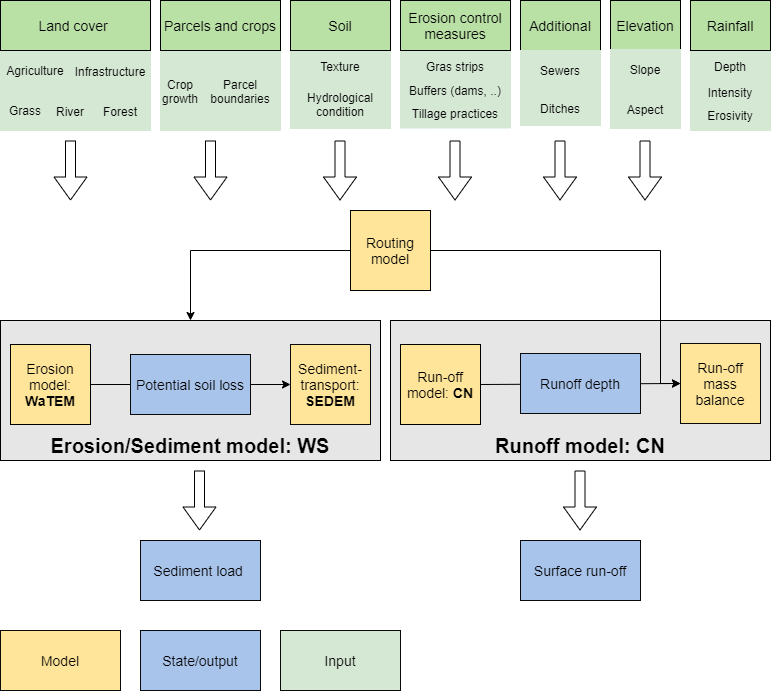
The draw.io diagram docs/_static/png/diagram_cn_ws_package.png in watem-sedem/watem-sedem, before a commit. Source tidied: cells renumbered, new cells last; positions are measured from the earlier drawing's top-left corner, leaving out a move shared by most shapes.
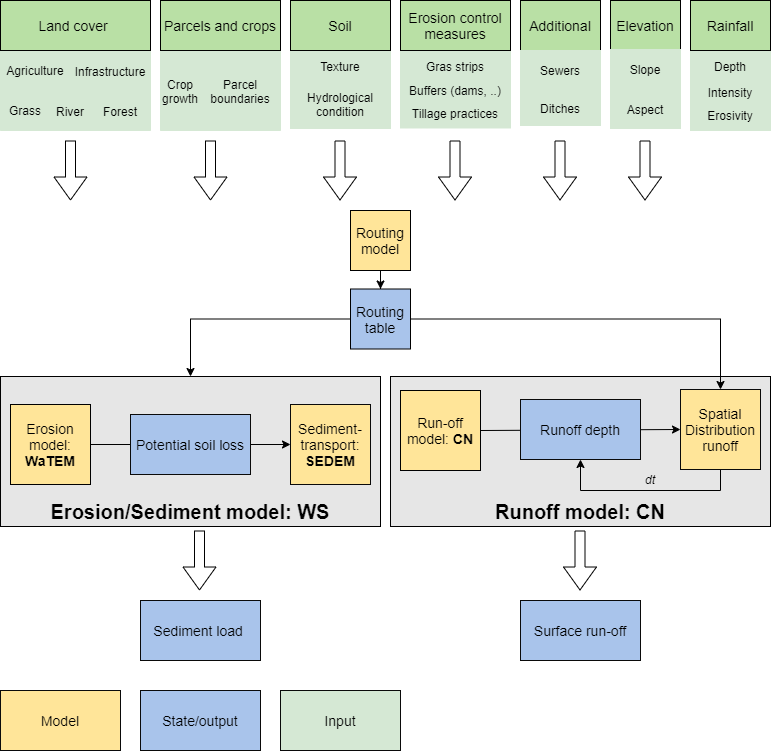
After the commit.

Commit message:
update figure model

The edit, as a diff of the source:
```diff
@@ -3,22 +3,22 @@
     <mxCell id="0" />
     <mxCell id="1" parent="0" />
     <mxCell id="2" value="&lt;b style=&quot;font-size: 20px&quot;&gt;Runoff model: CN&lt;/b&gt;" style="rounded=0;whiteSpace=wrap;html=1;verticalAlign=bottom;fontSize=20;fillColor=#E6E6E6;" parent="1" vertex="1">
-      <mxGeometry x="390" y="320" width="380" height="140" as="geometry" />
+      <mxGeometry x="390" y="376" width="380" height="150" as="geometry" />
     </mxCell>
     <mxCell id="3" value="&lt;b style=&quot;font-size: 20px&quot;&gt;Erosion/Sediment model: WS&lt;/b&gt;" style="rounded=0;whiteSpace=wrap;html=1;verticalAlign=bottom;fontSize=20;fillColor=#E6E6E6;" parent="1" vertex="1">
-      <mxGeometry y="320" width="380" height="140" as="geometry" />
+      <mxGeometry y="376" width="380" height="150" as="geometry" />
     </mxCell>
-    <mxCell id="4" style="edgeStyle=orthogonalEdgeStyle;rounded=0;jettySize=auto;html=1;exitX=0;exitY=0.5;exitDx=0;exitDy=0;entryX=0.5;entryY=0;entryDx=0;entryDy=0;" parent="1" edge="1" source="5" target="3">
-      <mxGeometry relative="1" as="geometry" />
-    </mxCell>
+    <mxCell id="54" style="edgeStyle=orthogonalEdgeStyle;rounded=0;jettySize=auto;html=1;exitX=0.5;exitY=1;exitDx=0;exitDy=0;" parent="1" edge="1" source="5" target="58">
+      <mxGeometry relative="1" as="geometry" />
+    </mxCell>
     <mxCell id="5" value="Routing model" style="whiteSpace=wrap;html=1;fontSize=14;fontStyle=0;fillColor=#FFE599;" parent="1" vertex="1">
-      <mxGeometry x="350" y="210" width="80" height="80" as="geometry" />
+      <mxGeometry x="350" y="210" width="60" height="60" as="geometry" />
     </mxCell>
     <mxCell id="6" style="edgeStyle=none;rounded=0;jettySize=auto;html=1;exitX=1;exitY=0.5;exitDx=0;exitDy=0;entryX=0;entryY=0.5;entryDx=0;entryDy=0;entryPerimeter=0;" parent="1" edge="1" source="7" target="43">
       <mxGeometry relative="1" as="geometry" />
     </mxCell>
     <mxCell id="7" value="Run-off model: &lt;b&gt;CN&lt;/b&gt;" style="whiteSpace=wrap;html=1;fontSize=14;fontStyle=0;fillColor=#FFE599;" parent="1" vertex="1">
-      <mxGeometry x="400" y="344" width="80" height="80" as="geometry" />
+      <mxGeometry x="400" y="390" width="80" height="80" as="geometry" />
     </mxCell>
     <mxCell id="8" style="edgeStyle=orthogonalEdgeStyle;rounded=0;jettySize=auto;html=1;fillColor=#BFBFBF;fontSize=14;" parent="1" edge="1" source="44" target="41">
       <mxGeometry relative="1" as="geometry" />
@@ -69,7 +69,7 @@
       <mxGeometry x="400" y="80" width="110" height="20" as="geometry" />
     </mxCell>
     <mxCell id="24" value="Potential soil loss" style="rounded=0;whiteSpace=wrap;html=1;strokeColor=#0A0A0A;fillColor=#A9C4EB;fontSize=14;fontStyle=0;" parent="1" vertex="1">
-      <mxGeometry x="130" y="354" width="120" height="60" as="geometry" />
+      <mxGeometry x="130" y="414" width="120" height="60" as="geometry" />
     </mxCell>
     <mxCell id="25" value="Tillage practices" style="rounded=0;whiteSpace=wrap;html=1;fillColor=#D5E8D4;fontSize=12;strokeColor=#D5E8D4;" parent="1" vertex="1">
       <mxGeometry x="400" y="98.5" width="110" height="29" as="geometry" />
@@ -90,19 +90,19 @@
       <mxGeometry x="520" y="90" width="80" height="35" as="geometry" />
     </mxCell>
     <mxCell id="31" value="Runoff depth" style="rounded=0;whiteSpace=wrap;html=1;strokeColor=#0A0A0A;fillColor=#A9C4EB;fontSize=14;fontStyle=0;" parent="1" vertex="1">
-      <mxGeometry x="520" y="353" width="120" height="60" as="geometry" />
+      <mxGeometry x="520" y="399" width="120" height="60" as="geometry" />
     </mxCell>
     <mxCell id="32" value="&lt;span style=&quot;font-weight: normal&quot;&gt;Sediment load&amp;nbsp;&lt;/span&gt;" style="rounded=0;whiteSpace=wrap;html=1;strokeColor=#0A0A0A;fillColor=#A9C4EB;fontSize=14;fontStyle=1;" parent="1" vertex="1">
-      <mxGeometry x="140" y="540" width="120" height="60" as="geometry" />
+      <mxGeometry x="140" y="600" width="120" height="60" as="geometry" />
     </mxCell>
     <mxCell id="33" value="&lt;span style=&quot;font-weight: 400&quot;&gt;State/output&lt;/span&gt;" style="rounded=0;whiteSpace=wrap;html=1;strokeColor=#0A0A0A;fillColor=#A9C4EB;fontSize=14;fontStyle=1;" parent="1" vertex="1">
-      <mxGeometry x="140" y="630" width="120" height="60" as="geometry" />
+      <mxGeometry x="140" y="690" width="120" height="60" as="geometry" />
     </mxCell>
     <mxCell id="34" value="&lt;span style=&quot;font-weight: 400&quot;&gt;Model&lt;/span&gt;" style="rounded=0;whiteSpace=wrap;html=1;strokeColor=#0A0A0A;fillColor=#FFE599;fontSize=14;fontStyle=1;" parent="1" vertex="1">
-      <mxGeometry y="630" width="120" height="60" as="geometry" />
+      <mxGeometry y="690" width="120" height="60" as="geometry" />
     </mxCell>
     <mxCell id="35" value="&lt;span style=&quot;font-weight: 400&quot;&gt;Input&lt;/span&gt;" style="rounded=0;whiteSpace=wrap;html=1;strokeColor=#0A0A0A;fillColor=#D5E8D4;fontSize=14;fontStyle=1;" parent="1" vertex="1">
-      <mxGeometry x="280" y="630" width="120" height="60" as="geometry" />
+      <mxGeometry x="280" y="690" width="120" height="60" as="geometry" />
     </mxCell>
     <mxCell id="36" value="Texture" style="rounded=0;whiteSpace=wrap;html=1;fillColor=#D5E8D4;fontSize=12;strokeColor=#D5E8D4;" parent="1" vertex="1">
       <mxGeometry x="290" y="51" width="100" height="29" as="geometry" />
@@ -120,25 +120,24 @@
       <mxGeometry x="610" y="89" width="70" height="39" as="geometry" />
     </mxCell>
     <mxCell id="41" value="Sediment-transport: &lt;b&gt;SEDEM&lt;/b&gt;" style="rounded=0;whiteSpace=wrap;html=1;strokeColor=#0A0A0A;fillColor=#FFE599;fontSize=14;fontStyle=0;" parent="1" vertex="1">
-      <mxGeometry x="290" y="344" width="80" height="80" as="geometry" />
+      <mxGeometry x="290" y="404" width="80" height="80" as="geometry" />
     </mxCell>
     <mxCell id="42" value="Surface run-off" style="rounded=0;whiteSpace=wrap;html=1;strokeColor=#0A0A0A;fillColor=#A9C4EB;fontSize=14;fontStyle=0;" parent="1" vertex="1">
-      <mxGeometry x="520" y="540" width="120" height="60" as="geometry" />
+      <mxGeometry x="520" y="600" width="120" height="60" as="geometry" />
     </mxCell>
+    <mxCell id="55" style="edgeStyle=elbowEdgeStyle;rounded=0;jettySize=auto;elbow=vertical;html=1;exitX=0.5;exitY=1;exitDx=0;exitDy=0;entryX=0.5;entryY=1;entryDx=0;entryDy=0;" parent="1" edge="1" source="43" target="31">
+      <mxGeometry relative="1" as="geometry">
+        <Array as="points">
+          <mxPoint x="690" y="490" />
+        </Array>
+      </mxGeometry>
+    </mxCell>
-    <mxCell id="43" value="Run-off mass balance" style="rounded=0;whiteSpace=wrap;html=1;strokeColor=#0A0A0A;fillColor=#FFE599;fontSize=14;fontStyle=0;" parent="1" vertex="1">
-      <mxGeometry x="680" y="343" width="80" height="80" as="geometry" />
+    <mxCell id="43" value="Spatial Distribution runoff" style="rounded=0;whiteSpace=wrap;html=1;strokeColor=#0A0A0A;fillColor=#FFE599;fontSize=14;fontStyle=0;" parent="1" vertex="1">
+      <mxGeometry x="680" y="389" width="80" height="80" as="geometry" />
     </mxCell>
     <mxCell id="44" value="Erosion model: &lt;b&gt;WaTEM&lt;/b&gt;" style="whiteSpace=wrap;html=1;fontSize=14;fontStyle=0;fillColor=#FFE599;" parent="1" vertex="1">
-      <mxGeometry x="10" y="344" width="80" height="80" as="geometry" />
+      <mxGeometry x="10" y="404" width="80" height="80" as="geometry" />
     </mxCell>
-    <mxCell id="45" style="edgeStyle=orthogonalEdgeStyle;rounded=0;jettySize=auto;html=1;exitX=1;exitY=0.5;exitDx=0;exitDy=0;entryX=0;entryY=0.5;entryDx=0;entryDy=0;" parent="1" edge="1" source="5" target="43">
-      <mxGeometry relative="1" as="geometry">
-        <Array as="points">
-          <mxPoint x="660" y="250" />
-          <mxPoint x="660" y="383" />
-        </Array>
-      </mxGeometry>
-    </mxCell>
     <mxCell id="46" style="shape=flexArrow;endArrow=classic;html=1;endWidth=22;endSize=7.33;verticalAlign=middle;" parent="1" edge="1">
       <mxGeometry relative="1" as="geometry">
         <mxPoint x="70" y="140" as="sourcePoint" />
@@ -177,15 +176,35 @@
     </mxCell>
     <mxCell id="52" style="shape=flexArrow;endArrow=classic;html=1;endWidth=22;endSize=7.33;verticalAlign=middle;" parent="1" edge="1">
       <mxGeometry relative="1" as="geometry">
-        <mxPoint x="579.5" y="470" as="sourcePoint" />
-        <mxPoint x="579.5" y="530" as="targetPoint" />
+        <mxPoint x="579.5" y="530" as="sourcePoint" />
+        <mxPoint x="579.5" y="590" as="targetPoint" />
       </mxGeometry>
     </mxCell>
     <mxCell id="53" style="shape=flexArrow;endArrow=classic;html=1;endWidth=22;endSize=7.33;verticalAlign=middle;" parent="1" edge="1">
       <mxGeometry relative="1" as="geometry">
-        <mxPoint x="199" y="470" as="sourcePoint" />
-        <mxPoint x="199" y="530" as="targetPoint" />
+        <mxPoint x="199" y="530" as="sourcePoint" />
+        <mxPoint x="199" y="590" as="targetPoint" />
       </mxGeometry>
     </mxCell>
+    <mxCell id="56" style="edgeStyle=orthogonalEdgeStyle;rounded=0;jettySize=auto;html=1;exitX=0;exitY=0.5;exitDx=0;exitDy=0;" parent="1" edge="1" source="58" target="3">
+      <mxGeometry relative="1" as="geometry">
+        <Array as="points">
+          <mxPoint x="190" y="319" />
+        </Array>
+      </mxGeometry>
+    </mxCell>
+    <mxCell id="57" style="edgeStyle=elbowEdgeStyle;rounded=0;jettySize=auto;html=1;exitX=1;exitY=0.5;exitDx=0;exitDy=0;entryX=0.5;entryY=0;entryDx=0;entryDy=0;" parent="1" edge="1" source="58" target="43">
+      <mxGeometry relative="1" as="geometry">
+        <Array as="points">
+          <mxPoint x="720" y="360" />
+        </Array>
+      </mxGeometry>
+    </mxCell>
+    <mxCell id="58" value="Routing table" style="whiteSpace=wrap;html=1;fontSize=14;fontStyle=0;fillColor=#A9C4EB;" parent="1" vertex="1">
+      <mxGeometry x="350" y="288.5" width="60" height="60" as="geometry" />
+    </mxCell>
+    <mxCell id="59" value="&lt;i&gt;dt&lt;/i&gt;" style="text;html=1;strokeColor=none;fillColor=none;align=center;verticalAlign=middle;whiteSpace=wrap;rounded=0;" parent="1" vertex="1">
+      <mxGeometry x="630" y="469" width="40" height="20" as="geometry" />
+    </mxCell>
   </root>
 </mxGraphModel>
```
